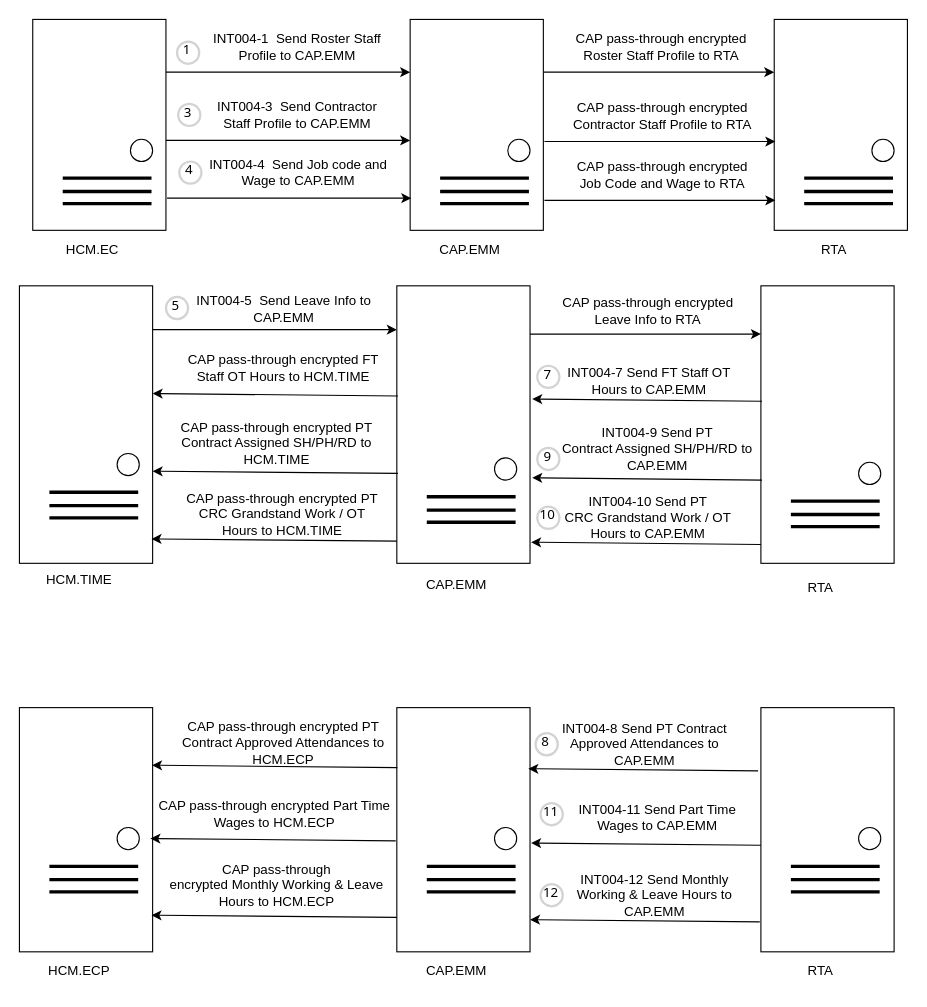
Above: page "RTA" (16 of 19) of Untitled Diagram.drawio in wsxad234/flowchart (draw.io), before the change. Source tidied: cells renumbered, new cells numbered last; positions are measured from the earlier drawing's top-left corner, leaving out a move shared by most shapes. Both pictures are drawn from the tidied source at 111%, with x=0, y=0 at pixel (19, 19).
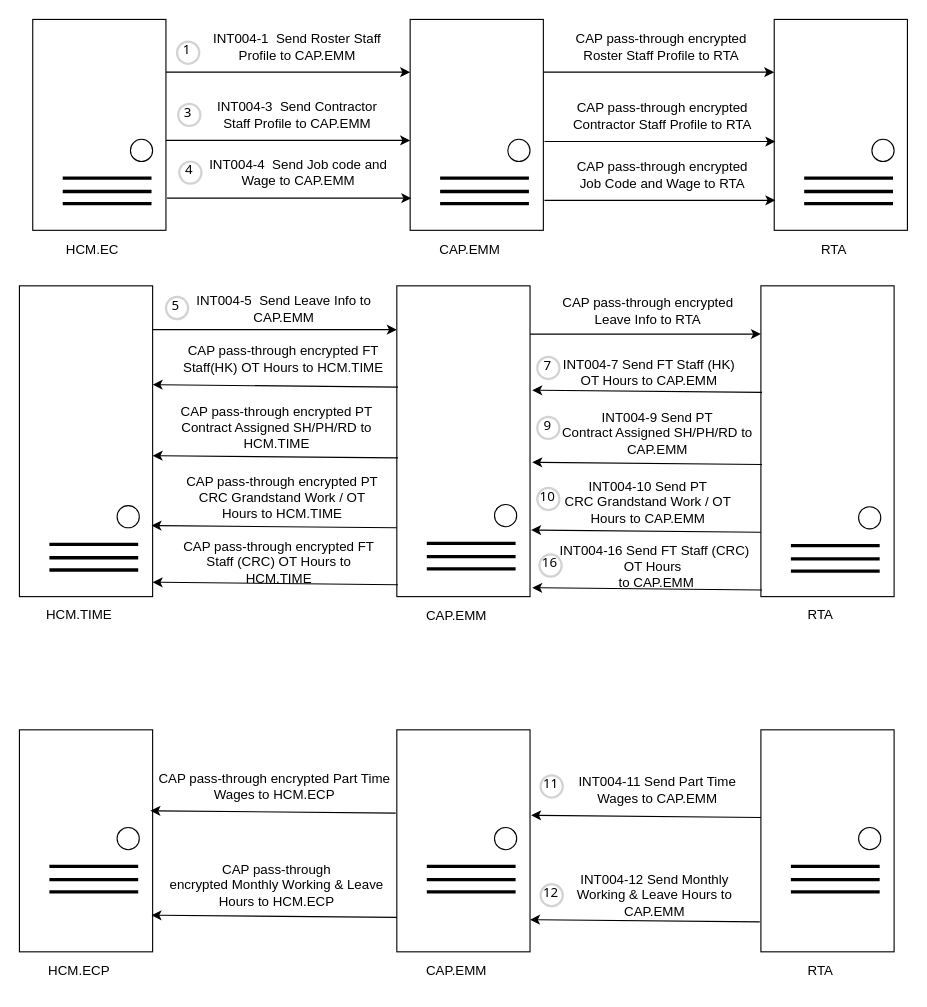
The same diagram, later.

The edit, as a diff of the source:
```diff
@@
     <mxCell id="35" style="rounded=0;whiteSpace=wrap;html=1;" parent="1" vertex="1">
-      <mxGeometry y="240" width="120" height="250" as="geometry" />
+      <mxGeometry y="240" width="120" height="280" as="geometry" />
     </mxCell>
-    <mxCell id="36" style="ellipse;whiteSpace=wrap;html=1;direction=south;" parent="1" vertex="1">
-      <mxGeometry x="88" y="391" width="20" height="20" as="geometry" />
-    </mxCell>
     <mxCell id="37" value="HCM.TIME" style="text;html=1;strokeColor=none;fillColor=none;align=center;verticalAlign=middle;whiteSpace=wrap;rounded=0;" parent="1" vertex="1">
-      <mxGeometry x="24" y="490" width="60" height="30" as="geometry" />
+      <mxGeometry x="24" y="522" width="60" height="30" as="geometry" />
     </mxCell>
-    <mxCell id="38" style="endArrow=none;html=1;rounded=0;align=center;strokeWidth=3;" parent="1" edge="1">
-      <mxGeometry relative="1" as="geometry">
-        <mxPoint x="27" y="426" as="sourcePoint" />
-        <mxPoint x="107" y="426" as="targetPoint" />
-      </mxGeometry>
-    </mxCell>
-    <mxCell id="39" style="endArrow=none;html=1;rounded=0;align=center;strokeWidth=3;" parent="1" edge="1">
-      <mxGeometry relative="1" as="geometry">
-        <mxPoint x="27" y="438" as="sourcePoint" />
-        <mxPoint x="107" y="438" as="targetPoint" />
-      </mxGeometry>
-    </mxCell>
-    <mxCell id="40" style="endArrow=none;html=1;rounded=0;align=center;strokeWidth=3;" parent="1" edge="1">
-      <mxGeometry relative="1" as="geometry">
-        <mxPoint x="27" y="449" as="sourcePoint" />
-        <mxPoint x="107" y="449" as="targetPoint" />
-      </mxGeometry>
-    </mxCell>
     <mxCell id="41" style="rounded=0;whiteSpace=wrap;html=1;" parent="1" vertex="1">
-      <mxGeometry x="668" y="240" width="120" height="250" as="geometry" />
+      <mxGeometry x="668" y="240" width="120" height="280" as="geometry" />
     </mxCell>
     <mxCell id="42" style="ellipse;whiteSpace=wrap;html=1;direction=south;" parent="1" vertex="1">
-      <mxGeometry x="756" y="399" width="20" height="20" as="geometry" />
+      <mxGeometry x="756" y="439" width="20" height="20" as="geometry" />
     </mxCell>
     <mxCell id="43" value="RTA" style="text;html=1;strokeColor=none;fillColor=none;align=center;verticalAlign=middle;whiteSpace=wrap;rounded=0;" parent="1" vertex="1">
-      <mxGeometry x="692" y="497" width="60" height="30" as="geometry" />
+      <mxGeometry x="692" y="522" width="60" height="30" as="geometry" />
     </mxCell>
     <mxCell id="44" style="endArrow=none;html=1;rounded=0;align=center;strokeWidth=3;" parent="1" edge="1">
       <mxGeometry relative="1" as="geometry">
-        <mxPoint x="695" y="434" as="sourcePoint" />
-        <mxPoint x="775" y="434" as="targetPoint" />
+        <mxPoint x="695" y="474" as="sourcePoint" />
+        <mxPoint x="775" y="474" as="targetPoint" />
       </mxGeometry>
     </mxCell>
     <mxCell id="45" style="endArrow=none;html=1;rounded=0;align=center;strokeWidth=3;" parent="1" edge="1">
       <mxGeometry relative="1" as="geometry">
-        <mxPoint x="695" y="446" as="sourcePoint" />
-        <mxPoint x="775" y="446" as="targetPoint" />
+        <mxPoint x="695" y="486" as="sourcePoint" />
+        <mxPoint x="775" y="486" as="targetPoint" />
       </mxGeometry>
     </mxCell>
     <mxCell id="46" style="endArrow=none;html=1;rounded=0;align=center;strokeWidth=3;" parent="1" edge="1">
       <mxGeometry relative="1" as="geometry">
-        <mxPoint x="695" y="457" as="sourcePoint" />
-        <mxPoint x="775" y="457" as="targetPoint" />
+        <mxPoint x="695" y="497" as="sourcePoint" />
+        <mxPoint x="775" y="497" as="targetPoint" />
       </mxGeometry>
     </mxCell>
@@
     <mxCell id="48" style="rounded=0;whiteSpace=wrap;html=1;" parent="1" vertex="1">
-      <mxGeometry x="340" y="240" width="120" height="250" as="geometry" />
+      <mxGeometry x="340" y="240" width="120" height="280" as="geometry" />
     </mxCell>
     <mxCell id="49" style="ellipse;whiteSpace=wrap;html=1;direction=south;" parent="1" vertex="1">
-      <mxGeometry x="428" y="395" width="20" height="20" as="geometry" />
+      <mxGeometry x="428" y="437" width="20" height="20" as="geometry" />
     </mxCell>
     <mxCell id="50" value="CAP.EMM" style="text;html=1;strokeColor=none;fillColor=none;align=center;verticalAlign=middle;whiteSpace=wrap;rounded=0;" parent="1" vertex="1">
-      <mxGeometry x="364" y="495" width="60" height="30" as="geometry" />
+      <mxGeometry x="364" y="523" width="60" height="30" as="geometry" />
     </mxCell>
     <mxCell id="51" style="endArrow=none;html=1;rounded=0;align=center;strokeWidth=3;" parent="1" edge="1">
       <mxGeometry relative="1" as="geometry">
-        <mxPoint x="367" y="430" as="sourcePoint" />
-        <mxPoint x="447" y="430" as="targetPoint" />
+        <mxPoint x="367" y="472" as="sourcePoint" />
+        <mxPoint x="447" y="472" as="targetPoint" />
       </mxGeometry>
     </mxCell>
     <mxCell id="52" style="endArrow=none;html=1;rounded=0;align=center;strokeWidth=3;" parent="1" edge="1">
       <mxGeometry relative="1" as="geometry">
-        <mxPoint x="367" y="442" as="sourcePoint" />
-        <mxPoint x="447" y="442" as="targetPoint" />
+        <mxPoint x="367" y="484" as="sourcePoint" />
+        <mxPoint x="447" y="484" as="targetPoint" />
       </mxGeometry>
     </mxCell>
     <mxCell id="53" style="endArrow=none;html=1;rounded=0;align=center;strokeWidth=3;" parent="1" edge="1">
       <mxGeometry relative="1" as="geometry">
-        <mxPoint x="367" y="453" as="sourcePoint" />
-        <mxPoint x="447" y="453" as="targetPoint" />
+        <mxPoint x="367" y="495" as="sourcePoint" />
+        <mxPoint x="447" y="495" as="targetPoint" />
       </mxGeometry>
     </mxCell>
@@
-    <mxCell id="56" value="INT004-7 Send FT Staff OT Hours to CAP.EMM" style="text;html=1;strokeColor=none;fillColor=none;align=center;verticalAlign=middle;whiteSpace=wrap;rounded=0;" parent="1" vertex="1">
-      <mxGeometry x="480.5" y="306" width="173" height="40" as="geometry" />
+    <mxCell id="56" value="INT004-7 Send FT Staff (HK) OT Hours to CAP.EMM" style="text;html=1;strokeColor=none;fillColor=none;align=center;verticalAlign=middle;whiteSpace=wrap;rounded=0;" parent="1" vertex="1">
+      <mxGeometry x="480.5" y="298" width="173" height="40" as="geometry" />
     </mxCell>
-    <mxCell id="57" value="CAP pass-through encrypted FT Staff OT Hours to HCM.TIME" style="text;html=1;strokeColor=none;fillColor=none;align=center;verticalAlign=middle;whiteSpace=wrap;rounded=0;" parent="1" vertex="1">
-      <mxGeometry x="144" y="294" width="188" height="40" as="geometry" />
+    <mxCell id="57" value="CAP pass-through encrypted FT Staff(HK) OT Hours to HCM.TIME" style="text;html=1;strokeColor=none;fillColor=none;align=center;verticalAlign=middle;whiteSpace=wrap;rounded=0;" parent="1" vertex="1">
+      <mxGeometry x="144" y="286" width="188" height="40" as="geometry" />
     </mxCell>
     <mxCell id="58" style="endArrow=classic;html=1;rounded=0;exitX=0.008;exitY=0.438;exitDx=0;exitDy=0;exitPerimeter=0;" parent="1" edge="1">
       <mxGeometry relative="1" as="geometry">
-        <mxPoint x="669" y="344" as="sourcePoint" />
-        <mxPoint x="462" y="342" as="targetPoint" />
+        <mxPoint x="669" y="336" as="sourcePoint" />
+        <mxPoint x="462" y="334" as="targetPoint" />
       </mxGeometry>
     </mxCell>
     <mxCell id="59" style="endArrow=classic;html=1;rounded=0;exitX=0.008;exitY=0.406;exitDx=0;exitDy=0;exitPerimeter=0;" parent="1" edge="1">
       <mxGeometry relative="1" as="geometry">
-        <mxPoint x="341" y="339.3" as="sourcePoint" />
-        <mxPoint x="120" y="337" as="targetPoint" />
+        <mxPoint x="341" y="331.3" as="sourcePoint" />
+        <mxPoint x="120" y="329" as="targetPoint" />
       </mxGeometry>
     </mxCell>
@@
     <mxCell id="61" value="7" style="ellipse;whiteSpace=wrap;html=1;strokeWidth=2;fontFamily=Tahoma;spacingBottom=4;spacingRight=2;strokeColor=#d3d3d3;" parent="1" vertex="1">
-      <mxGeometry x="466.5" y="312" width="20" height="20" as="geometry" />
+      <mxGeometry x="466.5" y="304" width="20" height="20" as="geometry" />
     </mxCell>
     <mxCell id="62" value="INT004-9 Send&amp;nbsp;PT&lt;br/&gt;Contract Assigned SH/PH/RD&lt;span style=&quot;background-color: initial;&quot;&gt;&amp;nbsp;to CAP.EMM&lt;/span&gt;" style="text;html=1;strokeColor=none;fillColor=none;align=center;verticalAlign=middle;whiteSpace=wrap;rounded=0;" parent="1" vertex="1">
-      <mxGeometry x="483.5" y="367" width="181.5" height="40" as="geometry" />
+      <mxGeometry x="483.5" y="353" width="181.5" height="40" as="geometry" />
     </mxCell>
     <mxCell id="63" value="CAP pass-through encrypted&amp;nbsp;PT&lt;br&gt;Contract Assigned SH/PH/RD&lt;span style=&quot;background-color: initial;&quot;&gt;&amp;nbsp;to HCM.TIME&lt;/span&gt;" style="text;html=1;strokeColor=none;fillColor=none;align=center;verticalAlign=middle;whiteSpace=wrap;rounded=0;" parent="1" vertex="1">
-      <mxGeometry x="122" y="362" width="220" height="40" as="geometry" />
+      <mxGeometry x="122" y="348" width="220" height="40" as="geometry" />
     </mxCell>
     <mxCell id="64" style="endArrow=classic;html=1;rounded=0;exitX=0.008;exitY=0.438;exitDx=0;exitDy=0;exitPerimeter=0;" parent="1" edge="1">
       <mxGeometry relative="1" as="geometry">
-        <mxPoint x="669" y="415" as="sourcePoint" />
-        <mxPoint x="462" y="413" as="targetPoint" />
+        <mxPoint x="669" y="401" as="sourcePoint" />
+        <mxPoint x="462" y="399" as="targetPoint" />
       </mxGeometry>
     </mxCell>
     <mxCell id="65" style="endArrow=classic;html=1;rounded=0;exitX=0.008;exitY=0.406;exitDx=0;exitDy=0;exitPerimeter=0;" parent="1" edge="1">
       <mxGeometry relative="1" as="geometry">
-        <mxPoint x="341" y="409" as="sourcePoint" />
-        <mxPoint x="120" y="407" as="targetPoint" />
+        <mxPoint x="341" y="395" as="sourcePoint" />
+        <mxPoint x="120" y="393" as="targetPoint" />
       </mxGeometry>
     </mxCell>
     <mxCell id="66" value="INT004-10 Send&amp;nbsp;PT&lt;br/&gt;CRC Grandstand Work / OT Hours&lt;span style=&quot;background-color: initial;&quot;&gt;&amp;nbsp;to CAP.EMM&lt;/span&gt;" style="text;html=1;strokeColor=none;fillColor=none;align=center;verticalAlign=middle;whiteSpace=wrap;rounded=0;" parent="1" vertex="1">
-      <mxGeometry x="479.5" y="429" width="173" height="40" as="geometry" />
+      <mxGeometry x="479.5" y="415" width="173" height="40" as="geometry" />
     </mxCell>
     <mxCell id="67" value="CAP pass-through encrypted&amp;nbsp;PT&lt;br/&gt;CRC Grandstand Work / OT Hours&lt;span style=&quot;background-color: initial;&quot;&gt;&amp;nbsp;to HCM.TIME&lt;/span&gt;" style="text;html=1;strokeColor=none;fillColor=none;align=center;verticalAlign=middle;whiteSpace=wrap;rounded=0;" parent="1" vertex="1">
-      <mxGeometry x="143" y="426" width="188" height="40" as="geometry" />
+      <mxGeometry x="143" y="411" width="188" height="40" as="geometry" />
     </mxCell>
     <mxCell id="68" style="endArrow=classic;html=1;rounded=0;exitX=0.008;exitY=0.438;exitDx=0;exitDy=0;exitPerimeter=0;" parent="1" edge="1">
       <mxGeometry relative="1" as="geometry">
-        <mxPoint x="668" y="473" as="sourcePoint" />
-        <mxPoint x="461" y="471" as="targetPoint" />
+        <mxPoint x="668" y="462" as="sourcePoint" />
+        <mxPoint x="461" y="460" as="targetPoint" />
       </mxGeometry>
     </mxCell>
     <mxCell id="69" style="endArrow=classic;html=1;rounded=0;exitX=0.008;exitY=0.406;exitDx=0;exitDy=0;exitPerimeter=0;" parent="1" edge="1">
       <mxGeometry relative="1" as="geometry">
-        <mxPoint x="340" y="470" as="sourcePoint" />
-        <mxPoint x="119" y="468" as="targetPoint" />
+        <mxPoint x="340" y="458" as="sourcePoint" />
+        <mxPoint x="119" y="456" as="targetPoint" />
       </mxGeometry>
     </mxCell>
     <mxCell id="70" value="9" style="ellipse;whiteSpace=wrap;html=1;strokeWidth=2;fontFamily=Tahoma;spacingBottom=4;spacingRight=2;strokeColor=#d3d3d3;" parent="1" vertex="1">
-      <mxGeometry x="466.5" y="386" width="20" height="20" as="geometry" />
+      <mxGeometry x="466.5" y="358" width="20" height="20" as="geometry" />
     </mxCell>
     <mxCell id="71" value="10" style="ellipse;whiteSpace=wrap;html=1;strokeWidth=2;fontFamily=Tahoma;spacingBottom=4;spacingRight=2;strokeColor=#d3d3d3;" parent="1" vertex="1">
-      <mxGeometry x="466.5" y="439" width="20" height="20" as="geometry" />
+      <mxGeometry x="466.5" y="422" width="20" height="20" as="geometry" />
     </mxCell>
     <mxCell id="72" style="rounded=0;whiteSpace=wrap;html=1;" parent="1" vertex="1">
-      <mxGeometry y="620" width="120" height="220" as="geometry" />
+      <mxGeometry y="640" width="120" height="200" as="geometry" />
     </mxCell>
@@
     <mxCell id="78" style="rounded=0;whiteSpace=wrap;html=1;" parent="1" vertex="1">
-      <mxGeometry x="668" y="620" width="120" height="220" as="geometry" />
+      <mxGeometry x="668" y="640" width="120" height="200" as="geometry" />
     </mxCell>
@@
     <mxCell id="84" style="rounded=0;whiteSpace=wrap;html=1;" parent="1" vertex="1">
-      <mxGeometry x="340" y="620" width="120" height="220" as="geometry" />
+      <mxGeometry x="340" y="640" width="120" height="200" as="geometry" />
     </mxCell>
@@
     <mxCell id="90" value="INT004-11 Send&amp;nbsp;&lt;span style=&quot;background-color: initial;&quot;&gt;Part Time Wages&amp;nbsp;to CAP.EMM&lt;/span&gt;" style="text;html=1;strokeColor=none;fillColor=none;align=center;verticalAlign=middle;whiteSpace=wrap;rounded=0;" parent="1" vertex="1">
-      <mxGeometry x="483.5" y="699" width="181.5" height="40" as="geometry" />
+      <mxGeometry x="483.5" y="674" width="181.5" height="40" as="geometry" />
     </mxCell>
     <mxCell id="91" style="endArrow=classic;html=1;rounded=0;exitX=0.008;exitY=0.438;exitDx=0;exitDy=0;exitPerimeter=0;" parent="1" edge="1">
       <mxGeometry relative="1" as="geometry">
-        <mxPoint x="668" y="744" as="sourcePoint" />
-        <mxPoint x="461" y="742" as="targetPoint" />
+        <mxPoint x="668" y="719" as="sourcePoint" />
+        <mxPoint x="461" y="717" as="targetPoint" />
       </mxGeometry>
     </mxCell>
@@
     <mxCell id="95" value="CAP pass-through encrypted&amp;nbsp;&lt;span style=&quot;background-color: initial;&quot;&gt;Part Time Wages&amp;nbsp;to HCM.ECP&lt;/span&gt;" style="text;html=1;strokeColor=none;fillColor=none;align=center;verticalAlign=middle;whiteSpace=wrap;rounded=0;" parent="1" vertex="1">
-      <mxGeometry x="120" y="696" width="220" height="40" as="geometry" />
+      <mxGeometry x="120" y="671" width="220" height="40" as="geometry" />
     </mxCell>
     <mxCell id="96" style="endArrow=classic;html=1;rounded=0;exitX=0.008;exitY=0.406;exitDx=0;exitDy=0;exitPerimeter=0;" parent="1" edge="1">
       <mxGeometry relative="1" as="geometry">
-        <mxPoint x="339" y="740" as="sourcePoint" />
-        <mxPoint x="118" y="738" as="targetPoint" />
+        <mxPoint x="339" y="715" as="sourcePoint" />
+        <mxPoint x="118" y="713" as="targetPoint" />
       </mxGeometry>
     </mxCell>
@@
-    <mxCell id="99" value="8" style="ellipse;whiteSpace=wrap;html=1;strokeWidth=2;fontFamily=Tahoma;spacingBottom=4;spacingRight=2;strokeColor=#d3d3d3;" parent="1" vertex="1">
-      <mxGeometry x="465" y="643" width="20" height="20" as="geometry" />
-    </mxCell>
     <mxCell id="100" value="11" style="ellipse;whiteSpace=wrap;html=1;strokeWidth=2;fontFamily=Tahoma;spacingBottom=4;spacingRight=2;strokeColor=#d3d3d3;" parent="1" vertex="1">
-      <mxGeometry x="469.5" y="706" width="20" height="20" as="geometry" />
+      <mxGeometry x="469.5" y="681" width="20" height="20" as="geometry" />
     </mxCell>
@@
-    <mxCell id="102" value="INT004-8 Send&amp;nbsp;&lt;span style=&quot;background-color: initial;&quot;&gt;PT Contract Approved Attendances&amp;nbsp;to CAP.EMM&lt;/span&gt;" style="text;html=1;strokeColor=none;fillColor=none;align=center;verticalAlign=middle;whiteSpace=wrap;rounded=0;" parent="1" vertex="1">
-      <mxGeometry x="477" y="633" width="173" height="40" as="geometry" />
-    </mxCell>
-    <mxCell id="103" style="endArrow=classic;html=1;rounded=0;exitX=0.008;exitY=0.438;exitDx=0;exitDy=0;exitPerimeter=0;" parent="1" edge="1">
-      <mxGeometry relative="1" as="geometry">
-        <mxPoint x="665.5" y="677" as="sourcePoint" />
-        <mxPoint x="458.5" y="675" as="targetPoint" />
-      </mxGeometry>
-    </mxCell>
-    <mxCell id="104" value="CAP pass-through encrypted PT Contract Approved Attendances to HCM.ECP" style="text;html=1;strokeColor=none;fillColor=none;align=center;verticalAlign=middle;whiteSpace=wrap;rounded=0;" parent="1" vertex="1">
-      <mxGeometry x="143.5" y="631.9" width="188" height="40" as="geometry" />
-    </mxCell>
-    <mxCell id="105" style="endArrow=classic;html=1;rounded=0;exitX=0.008;exitY=0.406;exitDx=0;exitDy=0;exitPerimeter=0;" parent="1" edge="1">
-      <mxGeometry relative="1" as="geometry">
-        <mxPoint x="340.5" y="674.1" as="sourcePoint" />
-        <mxPoint x="119.5" y="671.9" as="targetPoint" />
-      </mxGeometry>
-    </mxCell>
+    <mxCell id="106" style="group;" parent="1" vertex="1">
+      <mxGeometry x="27" y="438" width="81" height="58" as="geometry" />
+    </mxCell>
+    <mxCell id="36" style="ellipse;whiteSpace=wrap;html=1;direction=south;" parent="106" vertex="1">
+      <mxGeometry x="61" width="20" height="20" as="geometry" />
+    </mxCell>
+    <mxCell id="38" style="endArrow=none;html=1;rounded=0;align=center;strokeWidth=3;" parent="106" edge="1">
+      <mxGeometry relative="1" as="geometry">
+        <mxPoint y="35" as="sourcePoint" />
+        <mxPoint x="80" y="35" as="targetPoint" />
+      </mxGeometry>
+    </mxCell>
+    <mxCell id="39" style="endArrow=none;html=1;rounded=0;align=center;strokeWidth=3;" parent="106" edge="1">
+      <mxGeometry relative="1" as="geometry">
+        <mxPoint y="47" as="sourcePoint" />
+        <mxPoint x="80" y="47" as="targetPoint" />
+      </mxGeometry>
+    </mxCell>
+    <mxCell id="40" style="endArrow=none;html=1;rounded=0;align=center;strokeWidth=3;" parent="106" edge="1">
+      <mxGeometry relative="1" as="geometry">
+        <mxPoint y="58" as="sourcePoint" />
+        <mxPoint x="80" y="58" as="targetPoint" />
+      </mxGeometry>
+    </mxCell>
+    <mxCell id="107" value="INT004-16 Send FT Staff (CRC) OT Hours&amp;nbsp;&lt;span class=&quot;ui-provider&quot;&gt;&lt;/span&gt;&lt;br&gt;&lt;span class=&quot;ui-provider&quot;&gt;&lt;/span&gt;&amp;nbsp;to CAP.EMM" style="text;html=1;strokeColor=none;fillColor=none;align=center;verticalAlign=middle;whiteSpace=wrap;rounded=0;" parent="1" vertex="1">
+      <mxGeometry x="485.5" y="473" width="173" height="40" as="geometry" />
+    </mxCell>
+    <mxCell id="108" value="CAP pass-through encrypted FT Staff (CRC) OT Hours&amp;nbsp;to HCM.TIME" style="text;html=1;strokeColor=none;fillColor=none;align=center;verticalAlign=middle;whiteSpace=wrap;rounded=0;" parent="1" vertex="1">
+      <mxGeometry x="140" y="469" width="188" height="40" as="geometry" />
+    </mxCell>
+    <mxCell id="109" style="endArrow=classic;html=1;rounded=0;exitX=0.008;exitY=0.438;exitDx=0;exitDy=0;exitPerimeter=0;" parent="1" edge="1">
+      <mxGeometry relative="1" as="geometry">
+        <mxPoint x="669" y="514" as="sourcePoint" />
+        <mxPoint x="462" y="512" as="targetPoint" />
+      </mxGeometry>
+    </mxCell>
+    <mxCell id="110" style="endArrow=classic;html=1;rounded=0;exitX=0.008;exitY=0.406;exitDx=0;exitDy=0;exitPerimeter=0;" parent="1" edge="1">
+      <mxGeometry relative="1" as="geometry">
+        <mxPoint x="341" y="509.3" as="sourcePoint" />
+        <mxPoint x="120" y="507" as="targetPoint" />
+      </mxGeometry>
+    </mxCell>
+    <mxCell id="111" value="16" style="ellipse;whiteSpace=wrap;html=1;strokeWidth=2;fontFamily=Tahoma;spacingBottom=4;spacingRight=2;strokeColor=#d3d3d3;" parent="1" vertex="1">
+      <mxGeometry x="468.5" y="482" width="20" height="20" as="geometry" />
+    </mxCell>
```
